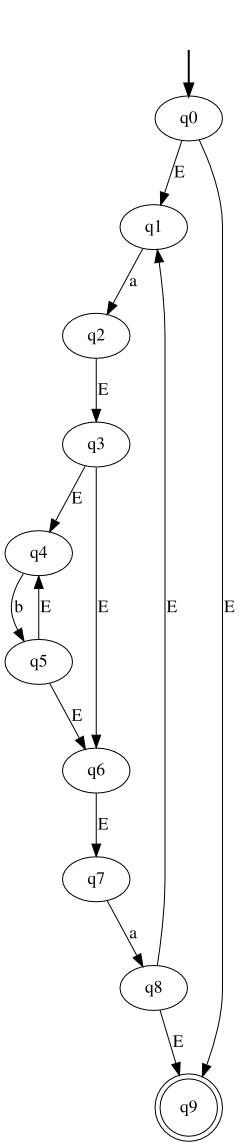
Before: ER e AFNE - Trabalho 3/resources/AFNE.png, a diagram exported from Graphviz (MarcosFelipeBC/lfa). Its source is kept beside it as ER e AFNE - Trabalho 3/resources/AFNE.dot.
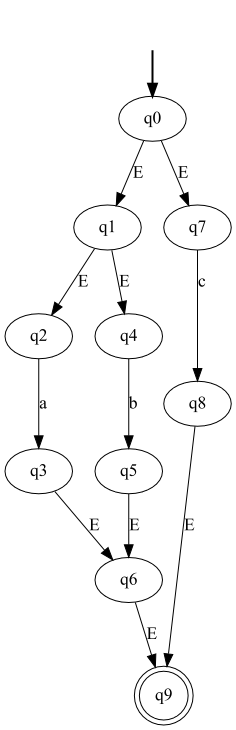
After the commit.

What changed in the source:
```diff
@@ -1,27 +1,25 @@
 digraph {
 	fake0 [style=invisible]
-	q7
-	q4
-	q1
-	q5
+	q9 [shape=doublecircle]
 	q6
 	q3
+	q8
+	q1
+	q7
 	q0 [root=true]
-	q8
-	q9 [shape=doublecircle]
 	q2
+	q5
+	q4
 	fake0 -> q0 [style=bold]
-	q1 -> q2 [label=a]
+	q2 -> q3 [label=a]
 	q4 -> q5 [label=b]
-	q3 -> q4 [label=E]
+	q1 -> q4 [label=E]
+	q1 -> q2 [label=E]
 	q3 -> q6 [label=E]
-	q5 -> q4 [label=E]
 	q5 -> q6 [label=E]
-	q2 -> q3 [label=E]
-	q7 -> q8 [label=a]
-	q6 -> q7 [label=E]
-	q0 -> q9 [label=E]
+	q7 -> q8 [label=c]
+	q0 -> q7 [label=E]
 	q0 -> q1 [label=E]
+	q6 -> q9 [label=E]
 	q8 -> q9 [label=E]
-	q8 -> q1 [label=E]
 }
```
